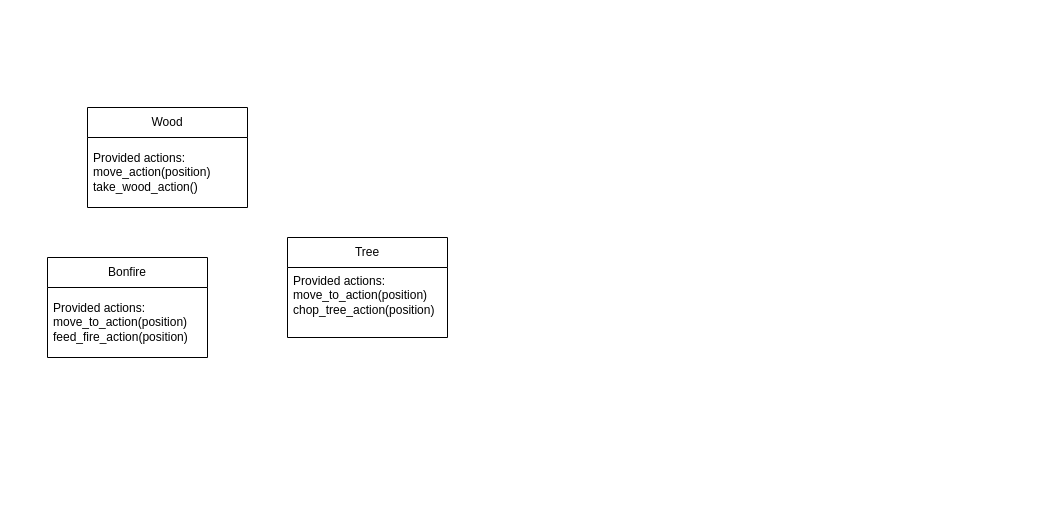
This is documents/GOAP.drawio from AidasLit/Hex-game-uni, a draw.io file, before an edit. Source tidied: cells renumbered, new cells numbered last; positions are measured from the earlier drawing's top-left corner, leaving out a move shared by most shapes. Both pictures are drawn from the tidied source at 100%, with x=0, y=0 at pixel (47, 107).
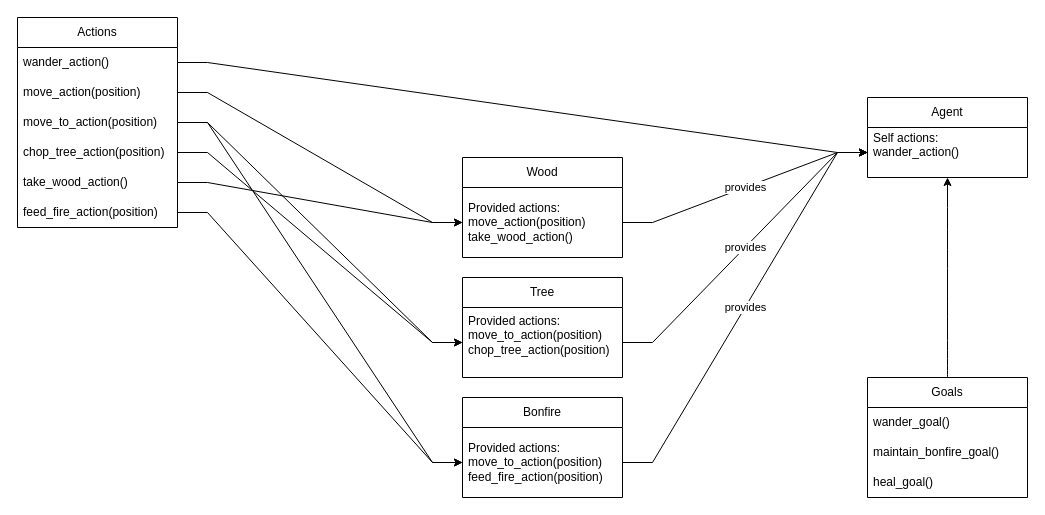
After the change.

Unchanged cells that the change refers to:
```xml
<mxCell id="5" value="&lt;div&gt;Provided actions:&lt;/div&gt;&lt;div&gt;move_to_action(position)&lt;/div&gt;&lt;div&gt;feed_fire_action(position)&lt;/div&gt;" style="text;strokeColor=none;fillColor=none;align=left;verticalAlign=middle;spacingLeft=4;spacingRight=4;overflow=hidden;points=[[0,0.5],[1,0.5]];portConstraint=eastwest;whiteSpace=wrap;html=1;" parent="4" vertex="1">
  <mxGeometry y="30" width="160" height="70" as="geometry" />
</mxCell>
<mxCell id="7" value="&lt;div&gt;Provided actions:&lt;/div&gt;&lt;div&gt;move_action(position)&lt;/div&gt;&lt;div&gt;take_wood_action()&lt;/div&gt;" style="text;strokeColor=none;fillColor=none;align=left;verticalAlign=middle;spacingLeft=4;spacingRight=4;overflow=hidden;points=[[0,0.5],[1,0.5]];portConstraint=eastwest;whiteSpace=wrap;html=1;" parent="6" vertex="1">
  <mxGeometry y="30" width="160" height="70" as="geometry" />
</mxCell>
```

What changed in the source:
```diff
@@
-    <mxCell id="2" value="Tree" style="swimlane;fontStyle=0;horizontal=1;startSize=30;whiteSpace=wrap;html=1;" parent="1" vertex="1">
-      <mxGeometry x="240" y="130" width="160" height="100" as="geometry" />
-    </mxCell>
-    <mxCell id="3" value="&lt;div&gt;Provided actions:&lt;/div&gt;&lt;div&gt;move_to_action(position)&lt;/div&gt;&lt;div&gt;chop_tree_action(position)&lt;/div&gt;&lt;div&gt;&lt;br&gt;&lt;/div&gt;" style="text;strokeColor=none;fillColor=none;align=left;verticalAlign=middle;spacingLeft=4;spacingRight=4;overflow=hidden;points=[[0,0.5],[1,0.5]];portConstraint=eastwest;whiteSpace=wrap;html=1;" parent="2" vertex="1">
-      <mxGeometry y="30" width="160" height="70" as="geometry" />
-    </mxCell>
     <mxCell id="4" value="Bonfire" style="swimlane;fontStyle=0;horizontal=1;startSize=30;whiteSpace=wrap;html=1;" parent="1" vertex="1">
-      <mxGeometry y="150" width="160" height="100" as="geometry" />
+      <mxGeometry x="415" y="290" width="160" height="100" as="geometry" />
     </mxCell>
@@
     <mxCell id="6" value="Wood" style="swimlane;fontStyle=0;horizontal=1;startSize=30;whiteSpace=wrap;html=1;" parent="1" vertex="1">
-      <mxGeometry x="40" width="160" height="100" as="geometry" />
+      <mxGeometry x="415" y="50" width="160" height="100" as="geometry" />
     </mxCell>
@@
+    <mxCell id="8" value="&lt;div&gt;Actions&lt;/div&gt;" style="swimlane;fontStyle=0;horizontal=1;startSize=30;whiteSpace=wrap;html=1;" parent="1" vertex="1">
+      <mxGeometry x="-30" y="-90" width="160" height="210" as="geometry" />
+    </mxCell>
+    <mxCell id="9" value="wander_action()" style="text;strokeColor=none;fillColor=none;align=left;verticalAlign=middle;spacingLeft=4;spacingRight=4;overflow=hidden;points=[[0,0.5],[1,0.5]];portConstraint=eastwest;whiteSpace=wrap;html=1;" parent="8" vertex="1">
+      <mxGeometry y="30" width="160" height="30" as="geometry" />
+    </mxCell>
+    <mxCell id="10" value="move_action(position)" style="text;strokeColor=none;fillColor=none;align=left;verticalAlign=middle;spacingLeft=4;spacingRight=4;overflow=hidden;points=[[0,0.5],[1,0.5]];portConstraint=eastwest;whiteSpace=wrap;html=1;" parent="8" vertex="1">
+      <mxGeometry y="60" width="160" height="30" as="geometry" />
+    </mxCell>
+    <mxCell id="11" value="move_to_action(position)" style="text;strokeColor=none;fillColor=none;align=left;verticalAlign=middle;spacingLeft=4;spacingRight=4;overflow=hidden;points=[[0,0.5],[1,0.5]];portConstraint=eastwest;whiteSpace=wrap;html=1;" parent="8" vertex="1">
+      <mxGeometry y="90" width="160" height="30" as="geometry" />
+    </mxCell>
+    <mxCell id="12" value="chop_tree_action(position)" style="text;strokeColor=none;fillColor=none;align=left;verticalAlign=middle;spacingLeft=4;spacingRight=4;overflow=hidden;points=[[0,0.5],[1,0.5]];portConstraint=eastwest;whiteSpace=wrap;html=1;" parent="8" vertex="1">
+      <mxGeometry y="120" width="160" height="30" as="geometry" />
+    </mxCell>
+    <mxCell id="13" value="take_wood_action()" style="text;strokeColor=none;fillColor=none;align=left;verticalAlign=middle;spacingLeft=4;spacingRight=4;overflow=hidden;points=[[0,0.5],[1,0.5]];portConstraint=eastwest;whiteSpace=wrap;html=1;" parent="8" vertex="1">
+      <mxGeometry y="150" width="160" height="30" as="geometry" />
+    </mxCell>
+    <mxCell id="14" value="feed_fire_action(position)" style="text;strokeColor=none;fillColor=none;align=left;verticalAlign=middle;spacingLeft=4;spacingRight=4;overflow=hidden;points=[[0,0.5],[1,0.5]];portConstraint=eastwest;whiteSpace=wrap;html=1;" parent="8" vertex="1">
+      <mxGeometry y="180" width="160" height="30" as="geometry" />
+    </mxCell>
+    <mxCell id="15" value="Agent" style="swimlane;fontStyle=0;horizontal=1;startSize=30;whiteSpace=wrap;html=1;" parent="1" vertex="1">
+      <mxGeometry x="820" y="-10" width="160" height="80" as="geometry" />
+    </mxCell>
+    <mxCell id="16" value="&lt;div&gt;Self actions:&lt;/div&gt;&lt;div&gt;wander_action()&lt;/div&gt;&lt;div&gt;&lt;br&gt;&lt;/div&gt;" style="text;strokeColor=none;fillColor=none;align=left;verticalAlign=middle;spacingLeft=4;spacingRight=4;overflow=hidden;points=[[0,0.5],[1,0.5]];portConstraint=eastwest;whiteSpace=wrap;html=1;" parent="15" vertex="1">
+      <mxGeometry y="30" width="160" height="50" as="geometry" />
+    </mxCell>
+    <mxCell id="17" style="edgeStyle=orthogonalEdgeStyle;curved=1;rounded=0;jettySize=auto;html=1;" parent="1" edge="1" source="19" target="15">
+      <mxGeometry relative="1" as="geometry" />
+    </mxCell>
+    <mxCell id="18" value="&lt;div&gt;&lt;br&gt;&lt;/div&gt;" style="edgeLabel;html=1;align=center;verticalAlign=middle;" parent="17" vertex="1">
+      <mxGeometry x="0.06" y="-1" relative="1" as="geometry" />
+    </mxCell>
+    <mxCell id="19" value="Goals" style="swimlane;fontStyle=0;horizontal=1;startSize=30;whiteSpace=wrap;html=1;" parent="1" vertex="1">
+      <mxGeometry x="820" y="270" width="160" height="120" as="geometry" />
+    </mxCell>
+    <mxCell id="20" value="wander_goal()" style="text;strokeColor=none;fillColor=none;align=left;verticalAlign=middle;spacingLeft=4;spacingRight=4;overflow=hidden;whiteSpace=wrap;html=1;" parent="19" vertex="1">
+      <mxGeometry y="30" width="160" height="30" as="geometry" />
+    </mxCell>
+    <mxCell id="21" value="maintain_bonfire_goal()" style="text;strokeColor=none;fillColor=none;align=left;verticalAlign=middle;spacingLeft=4;spacingRight=4;overflow=hidden;whiteSpace=wrap;html=1;" parent="19" vertex="1">
+      <mxGeometry y="60" width="160" height="30" as="geometry" />
+    </mxCell>
+    <mxCell id="22" value="&lt;div&gt;heal_goal()&lt;/div&gt;" style="text;strokeColor=none;fillColor=none;align=left;verticalAlign=middle;spacingLeft=4;spacingRight=4;overflow=hidden;whiteSpace=wrap;html=1;" parent="19" vertex="1">
+      <mxGeometry y="90" width="160" height="30" as="geometry" />
+    </mxCell>
+    <mxCell id="23" style="edgeStyle=entityRelationEdgeStyle;rounded=0;jettySize=auto;html=1;exitX=1;exitY=0.5;exitDx=0;exitDy=0;entryX=0;entryY=0.5;entryDx=0;entryDy=0;" parent="1" edge="1" source="9" target="16">
+      <mxGeometry relative="1" as="geometry" />
+    </mxCell>
+    <mxCell id="24" style="edgeStyle=entityRelationEdgeStyle;rounded=0;jettySize=auto;html=1;exitX=1;exitY=0.5;exitDx=0;exitDy=0;entryX=0;entryY=0.5;entryDx=0;entryDy=0;" parent="1" edge="1" source="10" target="7">
+      <mxGeometry relative="1" as="geometry" />
+    </mxCell>
+    <mxCell id="25" style="edgeStyle=entityRelationEdgeStyle;rounded=0;jettySize=auto;html=1;exitX=1;exitY=0.5;exitDx=0;exitDy=0;entryX=0;entryY=0.5;entryDx=0;entryDy=0;" parent="1" edge="1" source="11" target="5">
+      <mxGeometry relative="1" as="geometry" />
+    </mxCell>
+    <mxCell id="26" style="edgeStyle=entityRelationEdgeStyle;rounded=0;jettySize=auto;html=1;exitX=1;exitY=0.5;exitDx=0;exitDy=0;entryX=0;entryY=0.5;entryDx=0;entryDy=0;" parent="1" edge="1" source="11" target="3">
+      <mxGeometry relative="1" as="geometry" />
+    </mxCell>
+    <mxCell id="27" style="edgeStyle=entityRelationEdgeStyle;rounded=0;jettySize=auto;html=1;exitX=1;exitY=0.5;exitDx=0;exitDy=0;entryX=0;entryY=0.5;entryDx=0;entryDy=0;" parent="1" edge="1" source="12" target="3">
+      <mxGeometry relative="1" as="geometry" />
+    </mxCell>
+    <mxCell id="28" style="edgeStyle=entityRelationEdgeStyle;rounded=0;jettySize=auto;html=1;exitX=1;exitY=0.5;exitDx=0;exitDy=0;entryX=0;entryY=0.5;entryDx=0;entryDy=0;" parent="1" edge="1" source="13" target="7">
+      <mxGeometry relative="1" as="geometry" />
+    </mxCell>
+    <mxCell id="2" value="Tree" style="swimlane;fontStyle=0;horizontal=1;startSize=30;whiteSpace=wrap;html=1;" parent="1" vertex="1">
+      <mxGeometry x="415" y="170" width="160" height="100" as="geometry" />
+    </mxCell>
+    <mxCell id="3" value="&lt;div&gt;Provided actions:&lt;/div&gt;&lt;div&gt;move_to_action(position)&lt;/div&gt;&lt;div&gt;chop_tree_action(position)&lt;/div&gt;&lt;div&gt;&lt;br&gt;&lt;/div&gt;" style="text;strokeColor=none;fillColor=none;align=left;verticalAlign=middle;spacingLeft=4;spacingRight=4;overflow=hidden;points=[[0,0.5],[1,0.5]];portConstraint=eastwest;whiteSpace=wrap;html=1;" parent="2" vertex="1">
+      <mxGeometry y="30" width="160" height="70" as="geometry" />
+    </mxCell>
+    <mxCell id="29" style="edgeStyle=entityRelationEdgeStyle;rounded=0;jettySize=auto;html=1;exitX=1;exitY=0.5;exitDx=0;exitDy=0;entryX=0;entryY=0.5;entryDx=0;entryDy=0;" parent="1" edge="1" source="14" target="5">
+      <mxGeometry relative="1" as="geometry" />
+    </mxCell>
+    <mxCell id="30" value="&lt;div&gt;provides&lt;/div&gt;" style="edgeStyle=entityRelationEdgeStyle;rounded=0;jettySize=auto;html=1;exitX=1;exitY=0.5;exitDx=0;exitDy=0;entryX=0;entryY=0.5;entryDx=0;entryDy=0;" parent="1" edge="1" source="7" target="16">
+      <mxGeometry relative="1" as="geometry" />
+    </mxCell>
+    <mxCell id="31" value="provides" style="edgeStyle=entityRelationEdgeStyle;rounded=0;jettySize=auto;html=1;exitX=1;exitY=0.5;exitDx=0;exitDy=0;entryX=0;entryY=0.5;entryDx=0;entryDy=0;" parent="1" edge="1" source="3" target="16">
+      <mxGeometry relative="1" as="geometry" />
+    </mxCell>
+    <mxCell id="32" value="provides" style="edgeStyle=entityRelationEdgeStyle;rounded=0;jettySize=auto;html=1;exitX=1;exitY=0.5;exitDx=0;exitDy=0;entryX=0;entryY=0.5;entryDx=0;entryDy=0;" parent="1" edge="1" source="5" target="16">
+      <mxGeometry relative="1" as="geometry" />
+    </mxCell>
```
